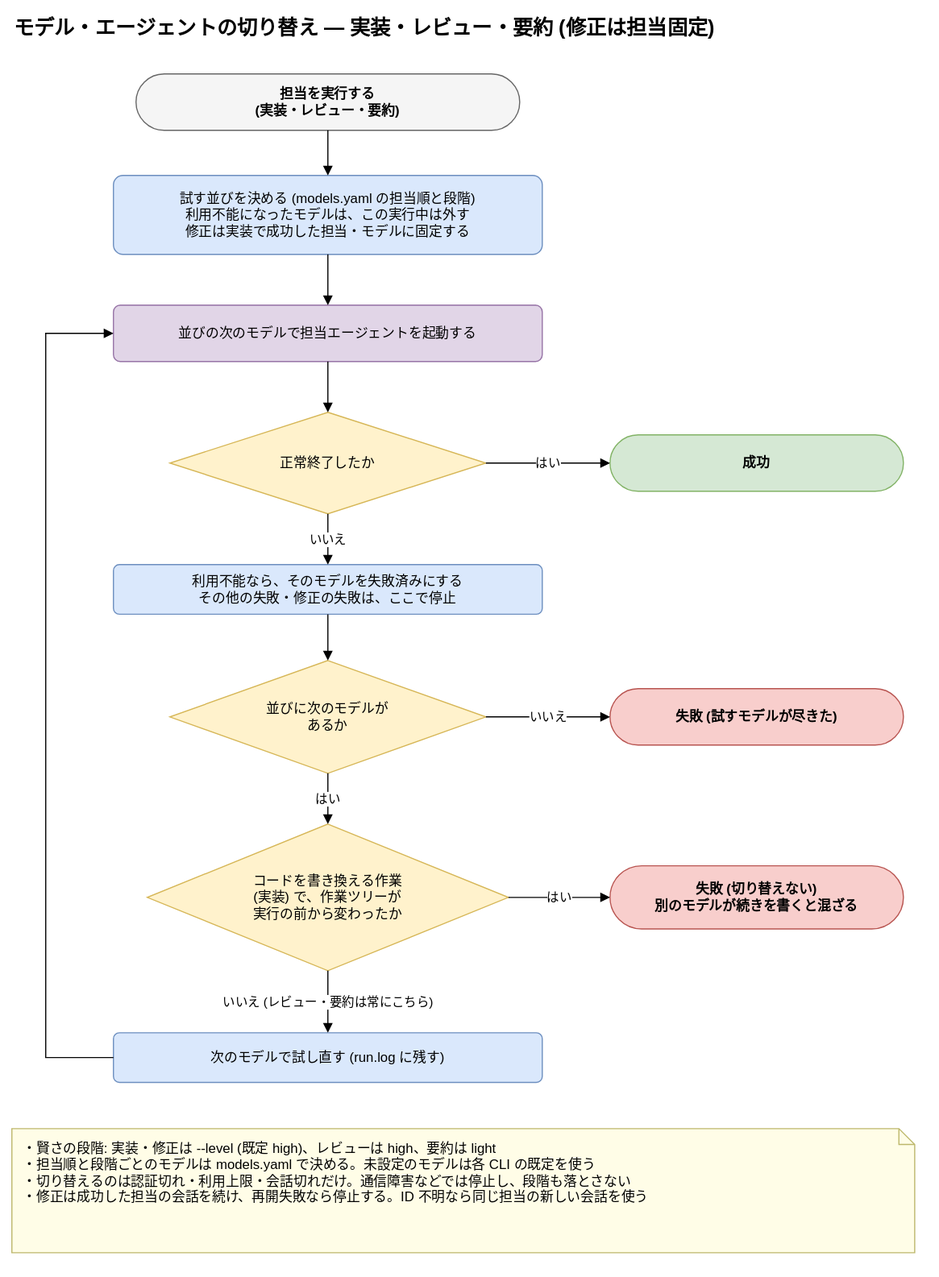
The draw.io diagram docs/autopilot-model-switching.drawio.svg in k-wa-wa/nuage-autopilot5, before a commit. Source tidied: cells renumbered, new cells last; positions are measured from the earlier drawing's top-left corner, leaving out a move shared by most shapes.
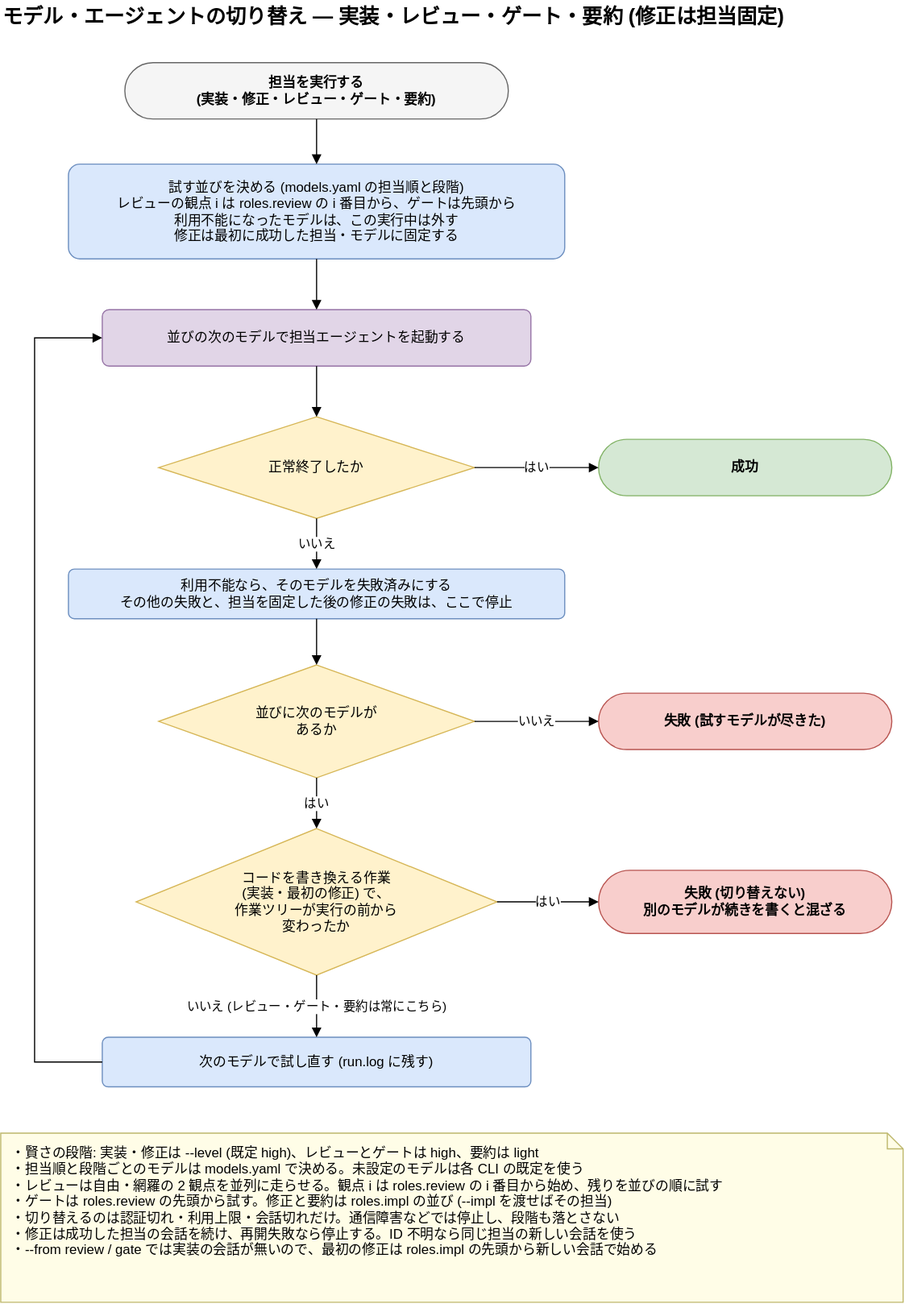
The same diagram one commit later.

Commit message:
docs: ゲートと並列レビューを図と文書に反映する

Change to the diagram source:
```diff
@@ -2,14 +2,14 @@
   <root>
     <mxCell id="0" />
     <mxCell id="1" parent="0" />
-    <mxCell id="2" value="モデル・エージェントの切り替え — 実装・レビュー・要約 (修正は担当固定)" style="text;html=1;fontSize=18;fontStyle=1;align=left;verticalAlign=middle;" parent="1" vertex="1">
-      <mxGeometry width="800" height="30" as="geometry" />
+    <mxCell id="2" value="モデル・エージェントの切り替え — 実装・レビュー・ゲート・要約 (修正は担当固定)" style="text;html=1;fontSize=18;fontStyle=1;align=left;verticalAlign=middle;" parent="1" vertex="1">
+      <mxGeometry y="-14" width="800" height="30" as="geometry" />
     </mxCell>
-    <mxCell id="3" value="担当を実行する&lt;br&gt;(実装・レビュー・要約)" style="whiteSpace=wrap;html=1;fontSize=12;rounded=1;arcSize=50;fillColor=#f5f5f5;strokeColor=#666666;fontStyle=1;" parent="1" vertex="1">
-      <mxGeometry x="110" y="55" width="340" height="50" as="geometry" />
+    <mxCell id="3" value="担当を実行する&lt;br&gt;(実装・修正・レビュー・ゲート・要約)" style="whiteSpace=wrap;html=1;fontSize=12;rounded=1;arcSize=50;fillColor=#f5f5f5;strokeColor=#666666;fontStyle=1;" parent="1" vertex="1">
+      <mxGeometry x="110" y="41" width="340" height="50" as="geometry" />
     </mxCell>
-    <mxCell id="4" value="試す並びを決める (models.yaml の担当順と段階)&lt;br&gt;利用不能になったモデルは、この実行中は外す&lt;br&gt;修正は実装で成功した担当・モデルに固定する" style="whiteSpace=wrap;html=1;fontSize=12;rounded=1;arcSize=12;fillColor=#dae8fc;strokeColor=#6c8ebf;" parent="1" vertex="1">
-      <mxGeometry x="90" y="145" width="380" height="70" as="geometry" />
+    <mxCell id="4" value="試す並びを決める (models.yaml の担当順と段階)&lt;br&gt;レビューの観点 i は roles.review の i 番目から、ゲートは先頭から&lt;br&gt;利用不能になったモデルは、この実行中は外す&lt;br&gt;修正は最初に成功した担当・モデルに固定する" style="whiteSpace=wrap;html=1;fontSize=12;rounded=1;arcSize=12;fillColor=#dae8fc;strokeColor=#6c8ebf;" parent="1" vertex="1">
+      <mxGeometry x="60" y="131" width="440" height="84" as="geometry" />
     </mxCell>
     <mxCell id="5" value="並びの次のモデルで担当エージェントを起動する" style="whiteSpace=wrap;html=1;fontSize=12;rounded=1;arcSize=12;fillColor=#e1d5e7;strokeColor=#9673a6;" parent="1" vertex="1">
       <mxGeometry x="90" y="260" width="380" height="50" as="geometry" />
@@ -20,8 +20,8 @@
     <mxCell id="7" value="成功" style="whiteSpace=wrap;html=1;fontSize=12;rounded=1;arcSize=50;fillColor=#d5e8d4;strokeColor=#82b366;fontStyle=1;" parent="1" vertex="1">
       <mxGeometry x="530" y="375" width="260" height="50" as="geometry" />
     </mxCell>
-    <mxCell id="8" value="利用不能なら、そのモデルを失敗済みにする&lt;br&gt;その他の失敗・修正の失敗は、ここで停止" style="whiteSpace=wrap;html=1;fontSize=12;rounded=1;arcSize=12;fillColor=#dae8fc;strokeColor=#6c8ebf;" parent="1" vertex="1">
-      <mxGeometry x="90" y="490" width="380" height="44" as="geometry" />
+    <mxCell id="8" value="利用不能なら、そのモデルを失敗済みにする&lt;br&gt;その他の失敗と、担当を固定した後の修正の失敗は、ここで停止" style="whiteSpace=wrap;html=1;fontSize=12;rounded=1;arcSize=12;fillColor=#dae8fc;strokeColor=#6c8ebf;" parent="1" vertex="1">
+      <mxGeometry x="60" y="490" width="440" height="44" as="geometry" />
     </mxCell>
     <mxCell id="9" value="並びに次のモデルが&lt;br&gt;あるか" style="whiteSpace=wrap;html=1;fontSize=12;rhombus;fillColor=#fff2cc;strokeColor=#d6b656;" parent="1" vertex="1">
       <mxGeometry x="140" y="575" width="280" height="100" as="geometry" />
@@ -29,7 +29,7 @@
     <mxCell id="10" value="失敗 (試すモデルが尽きた)" style="whiteSpace=wrap;html=1;fontSize=12;rounded=1;arcSize=50;fillColor=#f8cecc;strokeColor=#b85450;fontStyle=1;" parent="1" vertex="1">
       <mxGeometry x="530" y="600" width="260" height="50" as="geometry" />
     </mxCell>
-    <mxCell id="11" value="コードを書き換える作業&lt;br&gt;(実装) で、作業ツリーが&lt;br&gt;実行の前から変わったか" style="whiteSpace=wrap;html=1;fontSize=12;rhombus;fillColor=#fff2cc;strokeColor=#d6b656;" parent="1" vertex="1">
+    <mxCell id="11" value="コードを書き換える作業&lt;br&gt;(実装・最初の修正) で、&lt;br&gt;作業ツリーが実行の前から&lt;br&gt;変わったか" style="whiteSpace=wrap;html=1;fontSize=12;rhombus;fillColor=#fff2cc;strokeColor=#d6b656;" parent="1" vertex="1">
       <mxGeometry x="120" y="720" width="320" height="130" as="geometry" />
     </mxCell>
     <mxCell id="12" value="失敗 (切り替えない)&lt;br&gt;別のモデルが続きを書くと混ざる" style="whiteSpace=wrap;html=1;fontSize=12;rounded=1;arcSize=50;fillColor=#f8cecc;strokeColor=#b85450;fontStyle=1;" parent="1" vertex="1">
@@ -38,8 +38,8 @@
     <mxCell id="13" value="次のモデルで試し直す (run.log に残す)" style="whiteSpace=wrap;html=1;fontSize=12;rounded=1;arcSize=12;fillColor=#dae8fc;strokeColor=#6c8ebf;" parent="1" vertex="1">
       <mxGeometry x="90" y="905" width="380" height="44" as="geometry" />
     </mxCell>
-    <mxCell id="14" value="・賢さの段階: 実装・修正は --level (既定 high)、レビューは high、要約は light&lt;br&gt;・担当順と段階ごとのモデルは models.yaml で決める。未設定のモデルは各 CLI の既定を使う&lt;br&gt;・切り替えるのは認証切れ・利用上限・会話切れだけ。通信障害などでは停止し、段階も落とさない&lt;br&gt;・修正は成功した担当の会話を続け、再開失敗なら停止する。ID 不明なら同じ担当の新しい会話を使う" style="whiteSpace=wrap;html=1;fontSize=12;shape=note;size=14;fillColor=#fffde7;strokeColor=#bdb76b;align=left;spacingLeft=8;spacingRight=8;verticalAlign=top;spacingTop=4;" parent="1" vertex="1">
-      <mxGeometry y="990" width="800" height="110" as="geometry" />
+    <mxCell id="14" value="・賢さの段階: 実装・修正は --level (既定 high)、レビューとゲートは high、要約は light&lt;br&gt;・担当順と段階ごとのモデルは models.yaml で決める。未設定のモデルは各 CLI の既定を使う&lt;br&gt;・レビューは自由・網羅の 2 観点を並列に走らせる。観点 i は roles.review の i 番目から始め、残りを並びの順に試す&lt;br&gt;・ゲートは roles.review の先頭から試す。修正と要約は roles.impl の並び (--impl を渡せばその担当)&lt;br&gt;・切り替えるのは認証切れ・利用上限・会話切れだけ。通信障害などでは停止し、段階も落とさない&lt;br&gt;・修正は成功した担当の会話を続け、再開失敗なら停止する。ID 不明なら同じ担当の新しい会話を使う&lt;br&gt;・--from review / gate では実装の会話が無いので、最初の修正は roles.impl の先頭から新しい会話で始める" style="whiteSpace=wrap;html=1;fontSize=12;shape=note;size=14;fillColor=#fffde7;strokeColor=#bdb76b;align=left;spacingLeft=8;spacingRight=8;verticalAlign=top;spacingTop=4;" parent="1" vertex="1">
+      <mxGeometry y="990" width="800" height="150" as="geometry" />
     </mxCell>
     <mxCell id="15" style="edgeStyle=orthogonalEdgeStyle;rounded=0;html=1;fontSize=11;endArrow=block;endFill=1;exitX=0.5;exitY=1;exitDx=0;exitDy=0;entryX=0.5;entryY=0;entryDx=0;entryDy=0;" parent="1" edge="1" source="3" target="4">
       <mxGeometry relative="1" as="geometry" />
@@ -68,7 +68,7 @@
     <mxCell id="23" value="はい" style="edgeStyle=orthogonalEdgeStyle;rounded=0;html=1;fontSize=11;endArrow=block;endFill=1;exitX=1;exitY=0.5;exitDx=0;exitDy=0;entryX=0;entryY=0.5;entryDx=0;entryDy=0;" parent="1" edge="1" source="11" target="12">
       <mxGeometry relative="1" as="geometry" />
     </mxCell>
-    <mxCell id="24" value="いいえ (レビュー・要約は常にこちら)" style="edgeStyle=orthogonalEdgeStyle;rounded=0;html=1;fontSize=11;endArrow=block;endFill=1;exitX=0.5;exitY=1;exitDx=0;exitDy=0;entryX=0.5;entryY=0;entryDx=0;entryDy=0;" parent="1" edge="1" source="11" target="13">
+    <mxCell id="24" value="いいえ (レビュー・ゲート・要約は常にこちら)" style="edgeStyle=orthogonalEdgeStyle;rounded=0;html=1;fontSize=11;endArrow=block;endFill=1;exitX=0.5;exitY=1;exitDx=0;exitDy=0;entryX=0.5;entryY=0;entryDx=0;entryDy=0;" parent="1" edge="1" source="11" target="13">
       <mxGeometry relative="1" as="geometry" />
     </mxCell>
     <mxCell id="25" style="edgeStyle=orthogonalEdgeStyle;rounded=0;html=1;fontSize=11;endArrow=block;endFill=1;exitX=0;exitY=0.5;exitDx=0;exitDy=0;entryX=0;entryY=0.5;entryDx=0;entryDy=0;" parent="1" edge="1" source="13" target="5">
```
